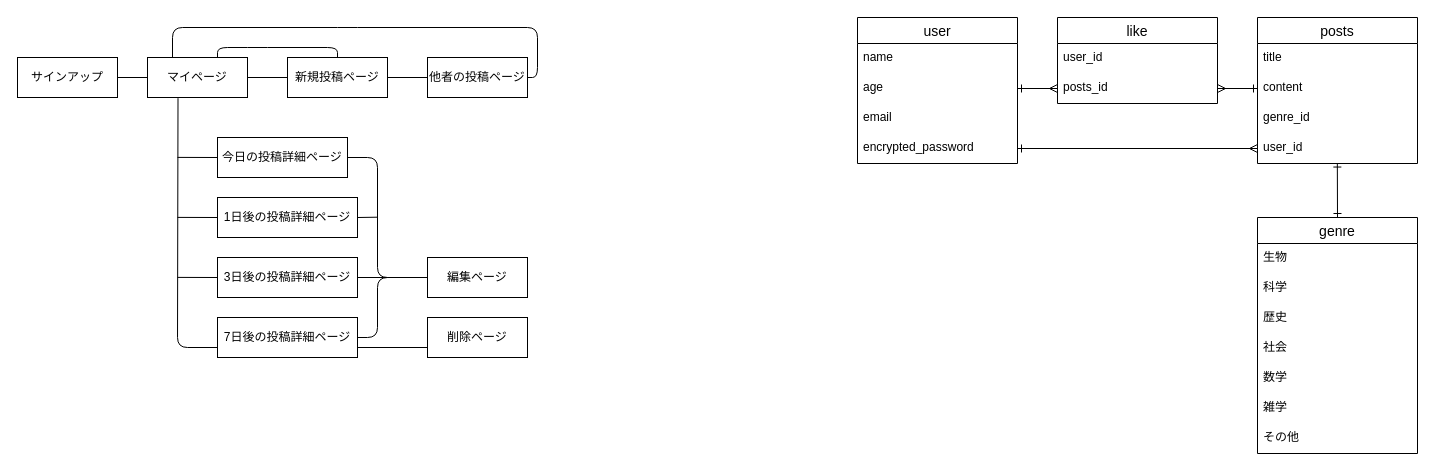
atk1825/me-more keeps this draw.io diagram as me-more.dio. Above is the earlier version. Source tidied: cells renumbered, new cells numbered last; positions are measured from the earlier drawing's top-left corner, leaving out a move shared by most shapes. Both pictures are drawn from the tidied source at 100%, with x=0, y=0 at pixel (17, 17).
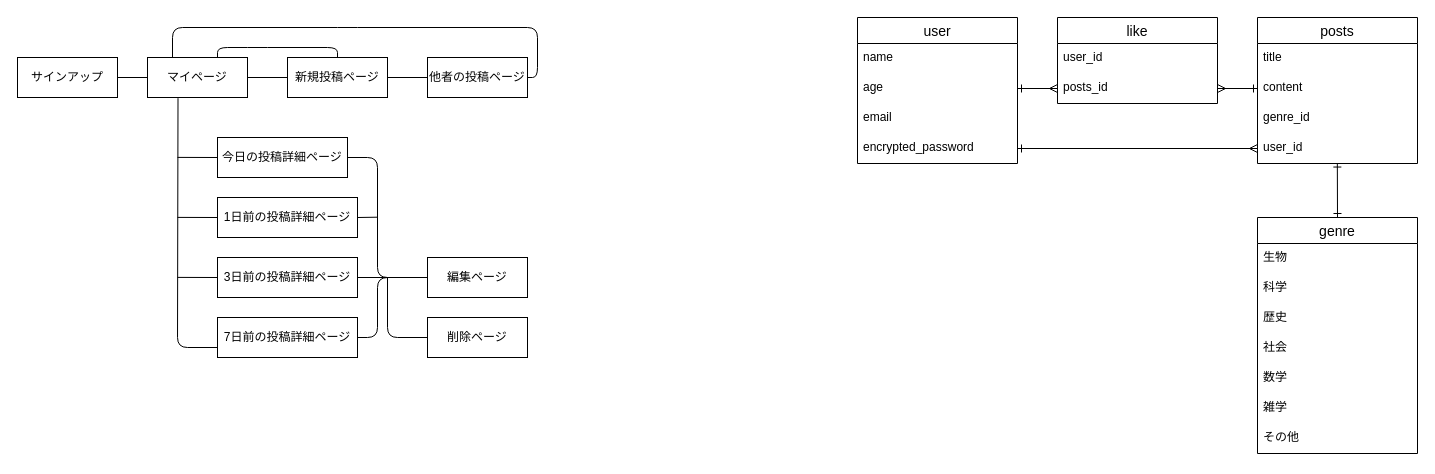
Above is the later version.

The change refers to these unchanged cells:
```xml
<mxCell id="40" value="削除ページ" style="whiteSpace=wrap;html=1;align=center;" parent="1" vertex="1">
  <mxGeometry x="410" y="300" width="100" height="40" as="geometry" />
</mxCell>
```

Change to the diagram source:
```diff
@@
-    <mxCell id="32" value="1日後の投稿詳細ページ" style="whiteSpace=wrap;html=1;align=center;" parent="1" vertex="1">
+    <mxCell id="32" value="1日前の投稿詳細ページ" style="whiteSpace=wrap;html=1;align=center;" parent="1" vertex="1">
       <mxGeometry x="200" y="180" width="140" height="40" as="geometry" />
     </mxCell>
@@
-    <mxCell id="35" value="3日後の投稿詳細ページ" style="whiteSpace=wrap;html=1;align=center;" parent="1" vertex="1">
+    <mxCell id="35" value="3日前の投稿詳細ページ" style="whiteSpace=wrap;html=1;align=center;" parent="1" vertex="1">
       <mxGeometry x="200" y="240" width="140" height="40" as="geometry" />
     </mxCell>
@@
-    <mxCell id="37" value="7日後の投稿詳細ページ" style="whiteSpace=wrap;html=1;align=center;" parent="1" vertex="1">
+    <mxCell id="37" value="7日前の投稿詳細ページ" style="whiteSpace=wrap;html=1;align=center;" parent="1" vertex="1">
       <mxGeometry x="200" y="300" width="140" height="40" as="geometry" />
     </mxCell>
@@
-    <mxCell id="39" style="edgeStyle=none;html=1;exitX=0;exitY=0.75;exitDx=0;exitDy=0;entryX=1;entryY=0.75;entryDx=0;entryDy=0;startArrow=none;startFill=0;endArrow=none;endFill=0;" parent="1" edge="1" source="40" target="37">
-      <mxGeometry relative="1" as="geometry" />
-    </mxCell>
+    <mxCell id="51" style="edgeStyle=none;html=1;exitX=0;exitY=0.5;exitDx=0;exitDy=0;endArrow=none;endFill=0;" parent="1" edge="1" source="40">
+      <mxGeometry relative="1" as="geometry">
+        <mxPoint x="370" y="260" as="targetPoint" />
+        <Array as="points">
+          <mxPoint x="370" y="320" />
+        </Array>
+      </mxGeometry>
+    </mxCell>
```
